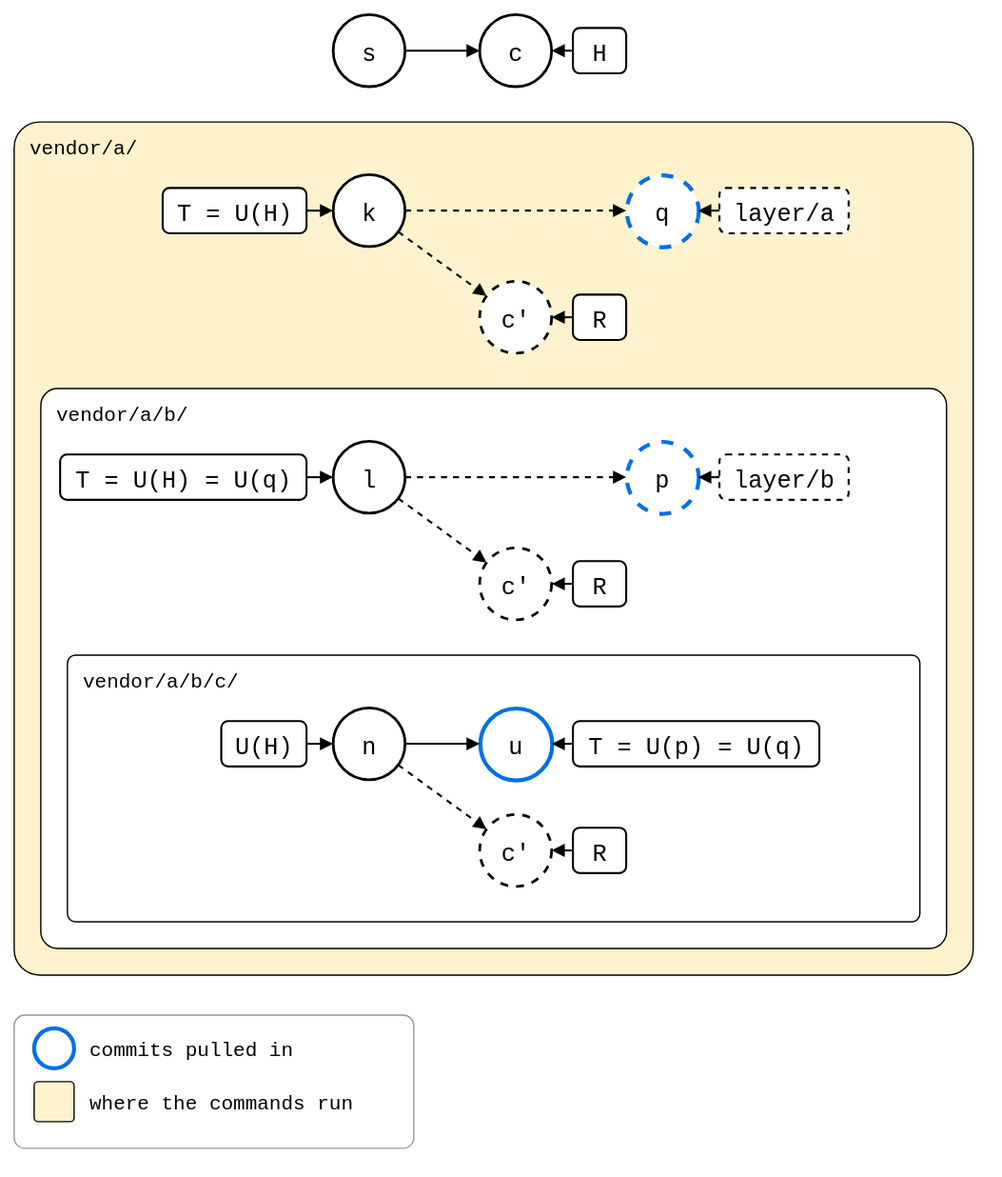
Above: docs/09-scenarios/05-nested-splices/01-nested-splices/02-three-levels/rebased-merged-into-a.drawio.svg in roschaefer/git-splice (draw.io), before the change. Source tidied: cells renumbered, new cells last; positions are measured from the earlier drawing's top-left corner, leaving out a move shared by most shapes. Source of this version:
```xml
<mxGraphModel background="#ffffff">
  <root>
    <mxCell id="0" />
    <mxCell id="1" parent="0" />
    <mxCell id="2" value="vendor/a/" style="rounded=1;arcSize=3;fillColor=#FFF2CC;strokeWidth=1;fontSize=15;verticalAlign=top;align=left;spacingLeft=10;spacingTop=4;fontFamily=Roboto Mono,monospace;" parent="1" vertex="1">
      <mxGeometry y="80" width="720" height="640" as="geometry" />
    </mxCell>
    <mxCell id="3" value="vendor/a/b/" style="rounded=1;arcSize=3;fillColor=#ffffff;strokeWidth=1;fontSize=15;verticalAlign=top;align=left;spacingLeft=10;spacingTop=4;fontFamily=Roboto Mono,monospace;" parent="1" vertex="1">
      <mxGeometry x="20" y="280" width="680" height="420" as="geometry" />
    </mxCell>
    <mxCell id="4" value="vendor/a/b/c/" style="rounded=1;arcSize=3;fillColor=#ffffff;strokeWidth=1;fontSize=15;verticalAlign=top;align=left;spacingLeft=10;spacingTop=4;fontFamily=Roboto Mono,monospace;" parent="1" vertex="1">
      <mxGeometry x="40" y="480" width="640" height="200" as="geometry" />
    </mxCell>
    <mxCell id="5" value="s" style="ellipse;strokeWidth=2;fontSize=18;fontFamily=Roboto Mono,monospace;" parent="1" vertex="1">
      <mxGeometry x="240" width="54" height="54" as="geometry" />
    </mxCell>
    <mxCell id="6" value="c" style="ellipse;strokeWidth=2;fontSize=18;fontFamily=Roboto Mono,monospace;" parent="1" vertex="1">
      <mxGeometry x="350" width="54" height="54" as="geometry" />
    </mxCell>
    <mxCell id="7" style="endArrow=block;endFill=1;html=1;strokeWidth=1.5;rounded=0;" parent="1" edge="1" source="5" target="6">
      <mxGeometry relative="1" as="geometry" />
    </mxCell>
    <mxCell id="8" value="H" style="rounded=1;strokeWidth=1.5;fontSize=18;fontFamily=Roboto Mono,monospace;" parent="1" vertex="1">
      <mxGeometry x="420" y="10" width="40" height="34" as="geometry" />
    </mxCell>
    <mxCell id="9" style="endArrow=block;endFill=1;html=1;strokeWidth=1.5;rounded=0;" parent="1" edge="1" source="8" target="6">
      <mxGeometry relative="1" as="geometry" />
    </mxCell>
    <mxCell id="10" value="k" style="ellipse;strokeWidth=2;fontSize=18;fontFamily=Roboto Mono,monospace;" parent="1" vertex="1">
      <mxGeometry x="240" y="120" width="54" height="54" as="geometry" />
    </mxCell>
    <mxCell id="11" value="c'" style="ellipse;strokeWidth=2;fontSize=18;fontFamily=Roboto Mono,monospace;dashed=1;" parent="1" vertex="1">
      <mxGeometry x="350" y="200" width="54" height="54" as="geometry" />
    </mxCell>
    <mxCell id="12" style="endArrow=block;endFill=1;html=1;strokeWidth=1.5;rounded=0;dashed=1;" parent="1" edge="1" source="10" target="11">
      <mxGeometry relative="1" as="geometry" />
    </mxCell>
    <mxCell id="13" value="T = U(H)" style="rounded=1;strokeWidth=1.5;fontSize=18;fontFamily=Roboto Mono,monospace;" parent="1" vertex="1">
      <mxGeometry x="112" y="130" width="108" height="34" as="geometry" />
    </mxCell>
    <mxCell id="14" style="endArrow=block;endFill=1;html=1;strokeWidth=1.5;rounded=0;" parent="1" edge="1" source="13" target="10">
      <mxGeometry relative="1" as="geometry" />
    </mxCell>
    <mxCell id="15" value="R" style="rounded=1;strokeWidth=1.5;fontSize=18;fontFamily=Roboto Mono,monospace;" parent="1" vertex="1">
      <mxGeometry x="420" y="210" width="40" height="34" as="geometry" />
    </mxCell>
    <mxCell id="16" style="endArrow=block;endFill=1;html=1;strokeWidth=1.5;rounded=0;" parent="1" edge="1" source="15" target="11">
      <mxGeometry relative="1" as="geometry" />
    </mxCell>
    <mxCell id="17" value="l" style="ellipse;strokeWidth=2;fontSize=18;fontFamily=Roboto Mono,monospace;" parent="1" vertex="1">
      <mxGeometry x="240" y="320" width="54" height="54" as="geometry" />
    </mxCell>
    <mxCell id="18" value="c'" style="ellipse;strokeWidth=2;fontSize=18;fontFamily=Roboto Mono,monospace;dashed=1;" parent="1" vertex="1">
      <mxGeometry x="350" y="400" width="54" height="54" as="geometry" />
    </mxCell>
    <mxCell id="19" style="endArrow=block;endFill=1;html=1;strokeWidth=1.5;rounded=0;dashed=1;" parent="1" edge="1" source="17" target="18">
      <mxGeometry relative="1" as="geometry" />
    </mxCell>
    <mxCell id="20" value="T = U(H) = U(q)" style="rounded=1;strokeWidth=1.5;fontSize=18;fontFamily=Roboto Mono,monospace;" parent="1" vertex="1">
      <mxGeometry x="35" y="330" width="185" height="34" as="geometry" />
    </mxCell>
    <mxCell id="21" style="endArrow=block;endFill=1;html=1;strokeWidth=1.5;rounded=0;" parent="1" edge="1" source="20" target="17">
      <mxGeometry relative="1" as="geometry" />
    </mxCell>
    <mxCell id="22" value="R" style="rounded=1;strokeWidth=1.5;fontSize=18;fontFamily=Roboto Mono,monospace;" parent="1" vertex="1">
      <mxGeometry x="420" y="410" width="40" height="34" as="geometry" />
    </mxCell>
    <mxCell id="23" style="endArrow=block;endFill=1;html=1;strokeWidth=1.5;rounded=0;" parent="1" edge="1" source="22" target="18">
      <mxGeometry relative="1" as="geometry" />
    </mxCell>
    <mxCell id="24" value="p" style="ellipse;strokeWidth=2;fontSize=18;fontFamily=Roboto Mono,monospace;dashed=1;strokeColor=#0070E0;strokeWidth=3;" parent="1" vertex="1">
      <mxGeometry x="460" y="320" width="54" height="54" as="geometry" />
    </mxCell>
    <mxCell id="25" style="endArrow=block;endFill=1;html=1;strokeWidth=1.5;rounded=0;dashed=1;" parent="1" edge="1" source="17" target="24">
      <mxGeometry relative="1" as="geometry" />
    </mxCell>
    <mxCell id="26" value="layer/b" style="rounded=1;strokeWidth=1.5;fontSize=18;fontFamily=Roboto Mono,monospace;dashed=1;" parent="1" vertex="1">
      <mxGeometry x="530" y="330" width="97" height="34" as="geometry" />
    </mxCell>
    <mxCell id="27" style="endArrow=block;endFill=1;html=1;strokeWidth=1.5;rounded=0;" parent="1" edge="1" source="26" target="24">
      <mxGeometry relative="1" as="geometry" />
    </mxCell>
    <mxCell id="28" value="n" style="ellipse;strokeWidth=2;fontSize=18;fontFamily=Roboto Mono,monospace;" parent="1" vertex="1">
      <mxGeometry x="240" y="520" width="54" height="54" as="geometry" />
    </mxCell>
    <mxCell id="29" value="u" style="ellipse;strokeWidth=2;fontSize=18;fontFamily=Roboto Mono,monospace;strokeColor=#0070E0;strokeWidth=3;" parent="1" vertex="1">
      <mxGeometry x="350" y="520" width="54" height="54" as="geometry" />
    </mxCell>
    <mxCell id="30" style="endArrow=block;endFill=1;html=1;strokeWidth=1.5;rounded=0;" parent="1" edge="1" source="28" target="29">
      <mxGeometry relative="1" as="geometry" />
    </mxCell>
    <mxCell id="31" value="c'" style="ellipse;strokeWidth=2;fontSize=18;fontFamily=Roboto Mono,monospace;dashed=1;" parent="1" vertex="1">
      <mxGeometry x="350" y="600" width="54" height="54" as="geometry" />
    </mxCell>
    <mxCell id="32" style="endArrow=block;endFill=1;html=1;strokeWidth=1.5;rounded=0;dashed=1;" parent="1" edge="1" source="28" target="31">
      <mxGeometry relative="1" as="geometry" />
    </mxCell>
    <mxCell id="33" value="U(H)" style="rounded=1;strokeWidth=1.5;fontSize=18;fontFamily=Roboto Mono,monospace;" parent="1" vertex="1">
      <mxGeometry x="156" y="530" width="64" height="34" as="geometry" />
    </mxCell>
    <mxCell id="34" style="endArrow=block;endFill=1;html=1;strokeWidth=1.5;rounded=0;" parent="1" edge="1" source="33" target="28">
      <mxGeometry relative="1" as="geometry" />
    </mxCell>
    <mxCell id="35" value="T = U(p) = U(q)" style="rounded=1;strokeWidth=1.5;fontSize=18;fontFamily=Roboto Mono,monospace;" parent="1" vertex="1">
      <mxGeometry x="420" y="530" width="185" height="34" as="geometry" />
    </mxCell>
    <mxCell id="36" style="endArrow=block;endFill=1;html=1;strokeWidth=1.5;rounded=0;" parent="1" edge="1" source="35" target="29">
      <mxGeometry relative="1" as="geometry" />
    </mxCell>
    <mxCell id="37" value="R" style="rounded=1;strokeWidth=1.5;fontSize=18;fontFamily=Roboto Mono,monospace;" parent="1" vertex="1">
      <mxGeometry x="420" y="610" width="40" height="34" as="geometry" />
    </mxCell>
    <mxCell id="38" style="endArrow=block;endFill=1;html=1;strokeWidth=1.5;rounded=0;" parent="1" edge="1" source="37" target="31">
      <mxGeometry relative="1" as="geometry" />
    </mxCell>
    <mxCell id="39" value="q" style="ellipse;strokeWidth=2;fontSize=18;fontFamily=Roboto Mono,monospace;dashed=1;strokeColor=#0070E0;strokeWidth=3;" parent="1" vertex="1">
      <mxGeometry x="460" y="120" width="54" height="54" as="geometry" />
    </mxCell>
    <mxCell id="40" style="endArrow=block;endFill=1;html=1;strokeWidth=1.5;rounded=0;dashed=1;" parent="1" edge="1" source="10" target="39">
      <mxGeometry relative="1" as="geometry" />
    </mxCell>
    <mxCell id="41" value="layer/a" style="rounded=1;strokeWidth=1.5;fontSize=18;fontFamily=Roboto Mono,monospace;dashed=1;" parent="1" vertex="1">
      <mxGeometry x="530" y="130" width="97" height="34" as="geometry" />
    </mxCell>
    <mxCell id="42" style="endArrow=block;endFill=1;html=1;strokeWidth=1.5;rounded=0;" parent="1" edge="1" source="41" target="39">
      <mxGeometry relative="1" as="geometry" />
    </mxCell>
    <mxCell id="43" style="rounded=1;arcSize=8;fillColor=none;strokeColor=#999999;strokeWidth=1;legend=1;" parent="1" vertex="1">
      <mxGeometry y="750" width="300" height="100" as="geometry" />
    </mxCell>
    <mxCell id="44" style="ellipse;fontSize=13;fontFamily=Roboto Mono,monospace;strokeColor=#0070E0;strokeWidth=3;" parent="43" vertex="1">
      <mxGeometry x="15" y="10" width="30" height="30" as="geometry" />
    </mxCell>
    <mxCell id="45" value="commits pulled in" style="text;align=left;verticalAlign=middle;fontSize=15;fontFamily=Roboto Mono,monospace;" parent="43" vertex="1">
      <mxGeometry x="55" y="10" width="240" height="30" as="geometry" />
    </mxCell>
    <mxCell id="46" style="rounded=1;arcSize=10;strokeWidth=1;fillColor=#FFF2CC;" parent="43" vertex="1">
      <mxGeometry x="15" y="50" width="30" height="30" as="geometry" />
    </mxCell>
    <mxCell id="47" value="where the commands run" style="text;align=left;verticalAlign=middle;fontSize=15;fontFamily=Roboto Mono,monospace;" parent="43" vertex="1">
      <mxGeometry x="55" y="50" width="240" height="30" as="geometry" />
    </mxCell>
  </root>
</mxGraphModel>
```
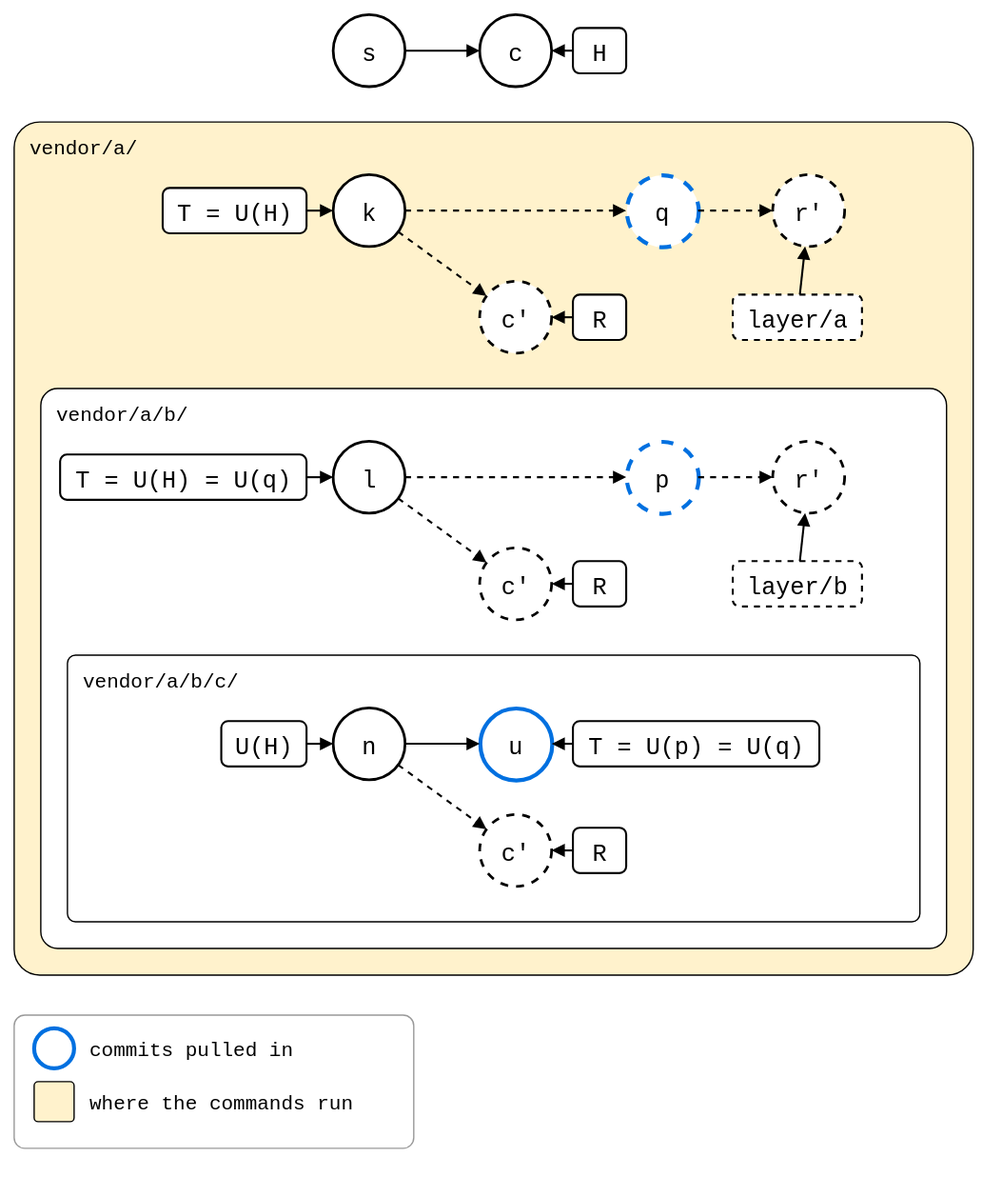
Above is the later version.

Change to the diagram source:
```diff
@@ -75,9 +75,9 @@
       <mxGeometry relative="1" as="geometry" />
     </mxCell>
     <mxCell id="26" value="layer/b" style="rounded=1;strokeWidth=1.5;fontSize=18;fontFamily=Roboto Mono,monospace;dashed=1;" parent="1" vertex="1">
-      <mxGeometry x="530" y="330" width="97" height="34" as="geometry" />
+      <mxGeometry x="540" y="410" width="97" height="34" as="geometry" />
     </mxCell>
-    <mxCell id="27" style="endArrow=block;endFill=1;html=1;strokeWidth=1.5;rounded=0;" parent="1" edge="1" source="26" target="24">
+    <mxCell id="27" style="endArrow=block;endFill=1;html=1;strokeWidth=1.5;rounded=0;" parent="1" edge="1" source="26" target="48">
       <mxGeometry relative="1" as="geometry" />
     </mxCell>
     <mxCell id="28" value="n" style="ellipse;strokeWidth=2;fontSize=18;fontFamily=Roboto Mono,monospace;" parent="1" vertex="1">
@@ -120,9 +120,9 @@
       <mxGeometry relative="1" as="geometry" />
     </mxCell>
     <mxCell id="41" value="layer/a" style="rounded=1;strokeWidth=1.5;fontSize=18;fontFamily=Roboto Mono,monospace;dashed=1;" parent="1" vertex="1">
-      <mxGeometry x="530" y="130" width="97" height="34" as="geometry" />
+      <mxGeometry x="540" y="210" width="97" height="34" as="geometry" />
     </mxCell>
-    <mxCell id="42" style="endArrow=block;endFill=1;html=1;strokeWidth=1.5;rounded=0;" parent="1" edge="1" source="41" target="39">
+    <mxCell id="42" style="endArrow=block;endFill=1;html=1;strokeWidth=1.5;rounded=0;" parent="1" edge="1" source="41" target="50">
       <mxGeometry relative="1" as="geometry" />
     </mxCell>
     <mxCell id="43" style="rounded=1;arcSize=8;fillColor=none;strokeColor=#999999;strokeWidth=1;legend=1;" parent="1" vertex="1">
@@ -140,5 +140,17 @@
     <mxCell id="47" value="where the commands run" style="text;align=left;verticalAlign=middle;fontSize=15;fontFamily=Roboto Mono,monospace;" parent="43" vertex="1">
       <mxGeometry x="55" y="50" width="240" height="30" as="geometry" />
     </mxCell>
+    <mxCell id="48" value="r'" style="ellipse;strokeWidth=2;fontSize=18;fontFamily=Roboto Mono,monospace;dashed=1;" parent="1" vertex="1">
+      <mxGeometry x="570" y="320" width="54" height="54" as="geometry" />
+    </mxCell>
+    <mxCell id="49" style="endArrow=block;endFill=1;html=1;strokeWidth=1.5;rounded=0;dashed=1;" parent="1" edge="1" source="24" target="48">
+      <mxGeometry relative="1" as="geometry" />
+    </mxCell>
+    <mxCell id="50" value="r'" style="ellipse;strokeWidth=2;fontSize=18;fontFamily=Roboto Mono,monospace;dashed=1;" parent="1" vertex="1">
+      <mxGeometry x="570" y="120" width="54" height="54" as="geometry" />
+    </mxCell>
+    <mxCell id="51" style="endArrow=block;endFill=1;html=1;strokeWidth=1.5;rounded=0;dashed=1;" parent="1" edge="1" source="39" target="50">
+      <mxGeometry relative="1" as="geometry" />
+    </mxCell>
   </root>
 </mxGraphModel>
```
